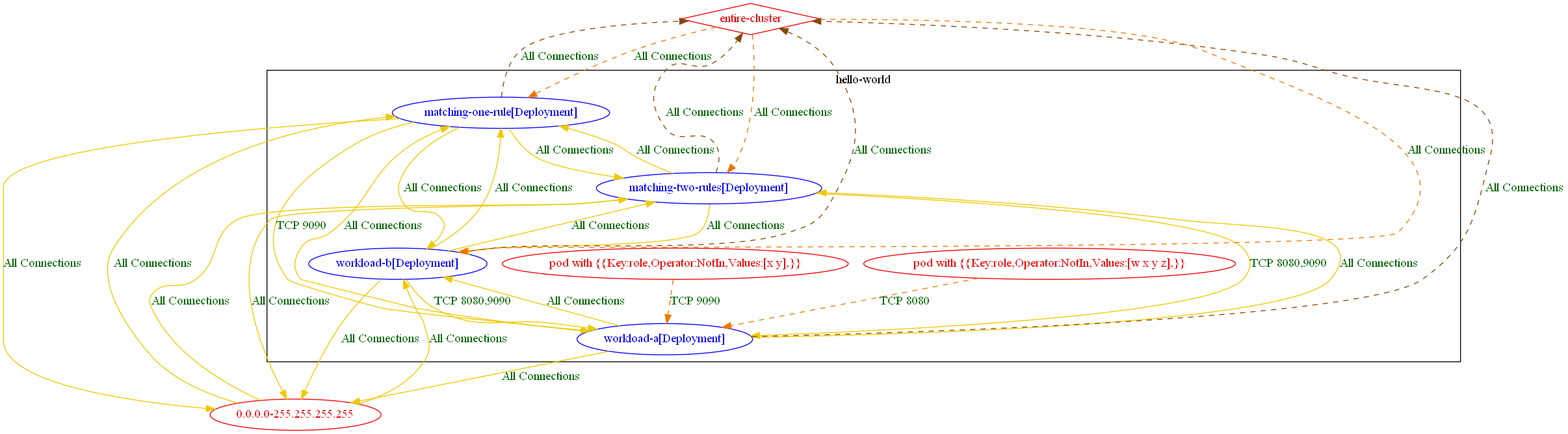
Before: test_outputs/connlist/exposure_test_with_different_rules_4_with_matching_pods_exposure_output.dot.png, a diagram exported from Graphviz (np-guard/netpol-analyzer). Its source is kept beside it as test_outputs/connlist/exposure_test_with_different_rules_4_with_matching_pods_exposure_output.dot.
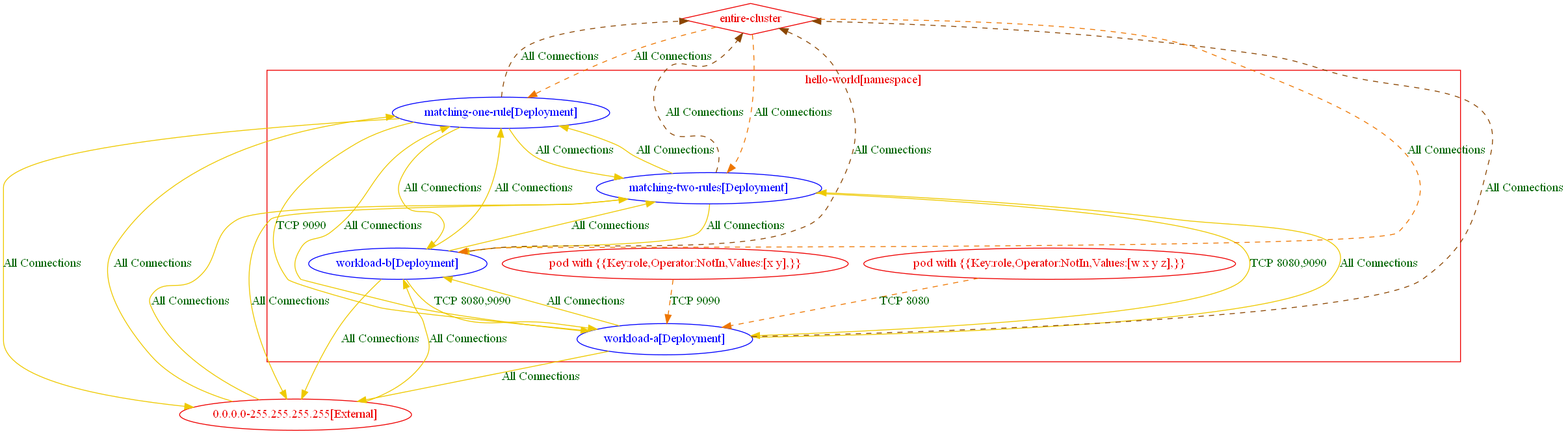
The same file after the commit.

The edit, as a diff of the source:
```diff
@@ -1,39 +1,44 @@
 digraph {
-	subgraph "cluster_hello_world" {
+	subgraph "cluster_hello_world[namespace]" {
 		color="black"
 		fontcolor="black"
 		"hello-world/matching-one-rule[Deployment]" [label="matching-one-rule[Deployment]" color="blue" fontcolor="blue"]
 		"hello-world/matching-two-rules[Deployment]" [label="matching-two-rules[Deployment]" color="blue" fontcolor="blue"]
 		"hello-world/workload-a[Deployment]" [label="workload-a[Deployment]" color="blue" fontcolor="blue"]
 		"hello-world/workload-b[Deployment]" [label="workload-b[Deployment]" color="blue" fontcolor="blue"]
+		label="hello-world[namespace]"
+	}
+	subgraph "cluster_hello_world[namespace]" {
+		color="red2"
+		fontcolor="red2"
 		"pod with {{Key:role,Operator:NotIn,Values:[w x y z],}}_in_hello-world" [label="pod with {{Key:role,Operator:NotIn,Values:[w x y z],}}" color="red2" fontcolor="red2"]
 		"pod with {{Key:role,Operator:NotIn,Values:[x y],}}_in_hello-world" [label="pod with {{Key:role,Operator:NotIn,Values:[x y],}}" color="red2" fontcolor="red2"]
-		label="hello-world"
+		label="hello-world[namespace]"
 	}
-	"0.0.0.0-255.255.255.255" [label="0.0.0.0-255.255.255.255" color="red2" fontcolor="red2"]
+	"0.0.0.0-255.255.255.255[External]" [label="0.0.0.0-255.255.255.255[External]" color="red2" fontcolor="red2"]
 	"entire-cluster" [label="entire-cluster" color="red2" fontcolor="red2" shape=diamond]
-	"0.0.0.0-255.255.255.255" -> "hello-world/matching-one-rule[Deployment]" [label="All Connections" color="gold2" fontcolor="darkgreen" weight=0.5]
-	"0.0.0.0-255.255.255.255" -> "hello-world/matching-two-rules[Deployment]" [label="All Connections" color="gold2" fontcolor="darkgreen" weight=0.5]
-	"0.0.0.0-255.255.255.255" -> "hello-world/workload-b[Deployment]" [label="All Connections" color="gold2" fontcolor="darkgreen" weight=0.5]
+	"0.0.0.0-255.255.255.255[External]" -> "hello-world/matching-one-rule[Deployment]" [label="All Connections" color="gold2" fontcolor="darkgreen" weight=0.5]
+	"0.0.0.0-255.255.255.255[External]" -> "hello-world/matching-two-rules[Deployment]" [label="All Connections" color="gold2" fontcolor="darkgreen" weight=0.5]
+	"0.0.0.0-255.255.255.255[External]" -> "hello-world/workload-b[Deployment]" [label="All Connections" color="gold2" fontcolor="darkgreen" weight=0.5]
 	"entire-cluster" -> "hello-world/matching-one-rule[Deployment]" [label="All Connections" color="darkorange2" fontcolor="darkgreen" weight=1 style=dashed]
 	"entire-cluster" -> "hello-world/matching-two-rules[Deployment]" [label="All Connections" color="darkorange2" fontcolor="darkgreen" weight=1 style=dashed]
 	"entire-cluster" -> "hello-world/workload-b[Deployment]" [label="All Connections" color="darkorange2" fontcolor="darkgreen" weight=1 style=dashed]
-	"hello-world/matching-one-rule[Deployment]" -> "0.0.0.0-255.255.255.255" [label="All Connections" color="gold2" fontcolor="darkgreen" weight=1]
+	"hello-world/matching-one-rule[Deployment]" -> "0.0.0.0-255.255.255.255[External]" [label="All Connections" color="gold2" fontcolor="darkgreen" weight=1]
 	"hello-world/matching-one-rule[Deployment]" -> "entire-cluster" [label="All Connections" color="darkorange4" fontcolor="darkgreen" weight=0.5 style=dashed]
 	"hello-world/matching-one-rule[Deployment]" -> "hello-world/matching-two-rules[Deployment]" [label="All Connections" color="gold2" fontcolor="darkgreen" weight=0.5]
 	"hello-world/matching-one-rule[Deployment]" -> "hello-world/workload-a[Deployment]" [label="TCP 9090" color="gold2" fontcolor="darkgreen" weight=0.5]
 	"hello-world/matching-one-rule[Deployment]" -> "hello-world/workload-b[Deployment]" [label="All Connections" color="gold2" fontcolor="darkgreen" weight=0.5]
-	"hello-world/matching-two-rules[Deployment]" -> "0.0.0.0-255.255.255.255" [label="All Connections" color="gold2" fontcolor="darkgreen" weight=1]
+	"hello-world/matching-two-rules[Deployment]" -> "0.0.0.0-255.255.255.255[External]" [label="All Connections" color="gold2" fontcolor="darkgreen" weight=1]
 	"hello-world/matching-two-rules[Deployment]" -> "entire-cluster" [label="All Connections" color="darkorange4" fontcolor="darkgreen" weight=0.5 style=dashed]
 	"hello-world/matching-two-rules[Deployment]" -> "hello-world/matching-one-rule[Deployment]" [label="All Connections" color="gold2" fontcolor="darkgreen" weight=1]
 	"hello-world/matching-two-rules[Deployment]" -> "hello-world/workload-a[Deployment]" [label="TCP 8080,9090" color="gold2" fontcolor="darkgreen" weight=0.5]
 	"hello-world/matching-two-rules[Deployment]" -> "hello-world/workload-b[Deployment]" [label="All Connections" color="gold2" fontcolor="darkgreen" weight=0.5]
-	"hello-world/workload-a[Deployment]" -> "0.0.0.0-255.255.255.255" [label="All Connections" color="gold2" fontcolor="darkgreen" weight=1]
+	"hello-world/workload-a[Deployment]" -> "0.0.0.0-255.255.255.255[External]" [label="All Connections" color="gold2" fontcolor="darkgreen" weight=1]
 	"hello-world/workload-a[Deployment]" -> "entire-cluster" [label="All Connections" color="darkorange4" fontcolor="darkgreen" weight=0.5 style=dashed]
 	"hello-world/workload-a[Deployment]" -> "hello-world/matching-one-rule[Deployment]" [label="All Connections" color="gold2" fontcolor="darkgreen" weight=1]
 	"hello-world/workload-a[Deployment]" -> "hello-world/matching-two-rules[Deployment]" [label="All Connections" color="gold2" fontcolor="darkgreen" weight=1]
 	"hello-world/workload-a[Deployment]" -> "hello-world/workload-b[Deployment]" [label="All Connections" color="gold2" fontcolor="darkgreen" weight=0.5]
-	"hello-world/workload-b[Deployment]" -> "0.0.0.0-255.255.255.255" [label="All Connections" color="gold2" fontcolor="darkgreen" weight=1]
+	"hello-world/workload-b[Deployment]" -> "0.0.0.0-255.255.255.255[External]" [label="All Connections" color="gold2" fontcolor="darkgreen" weight=1]
 	"hello-world/workload-b[Deployment]" -> "entire-cluster" [label="All Connections" color="darkorange4" fontcolor="darkgreen" weight=0.5 style=dashed]
 	"hello-world/workload-b[Deployment]" -> "hello-world/matching-one-rule[Deployment]" [label="All Connections" color="gold2" fontcolor="darkgreen" weight=1]
 	"hello-world/workload-b[Deployment]" -> "hello-world/matching-two-rules[Deployment]" [label="All Connections" color="gold2" fontcolor="darkgreen" weight=1]
```
